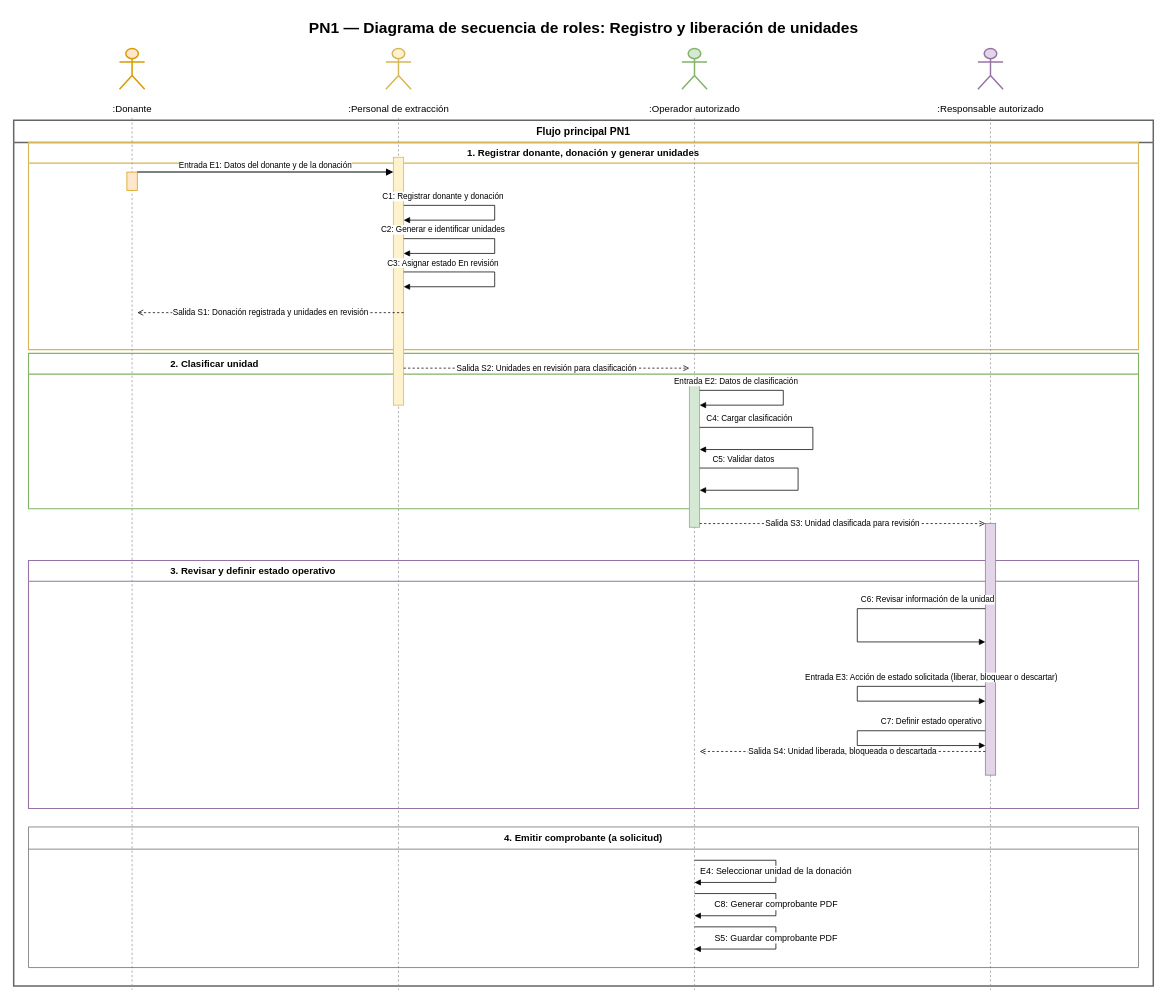
This is Diagramas/Secuencia de Roles/PN1_DiagramaSecuenciaRoles.drawio from juanNH/Ingenieria-de-Software, a draw.io file, before an edit. Source tidied: cells renumbered, new cells numbered last; positions are measured from the earlier drawing's top-left corner, leaving out a move shared by most shapes. Both pictures are drawn from the tidied source at 74%, with x=0, y=0 at pixel (13, 13).
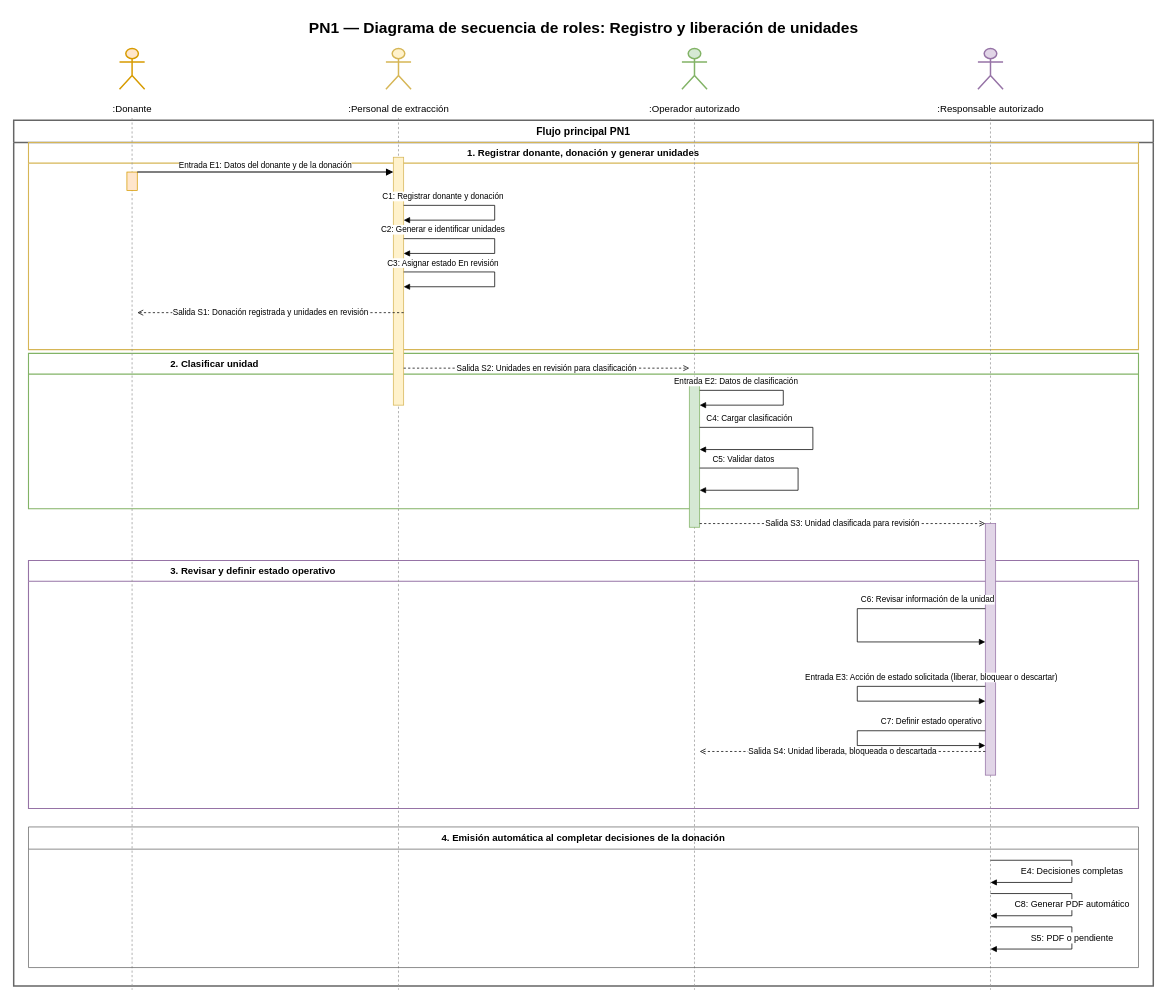
After the change.

Diff of the diagram source:
```diff
@@
-    <mxCell id="37" value="4. Emitir comprobante (a solicitud)" style="swimlane;startSize=30;horizontal=1;whiteSpace=wrap;html=1;fillColor=none;strokeColor=#666666;fontStyle=1;fontSize=13;" parent="1" vertex="1">
+    <mxCell id="37" value="4. Emisión automática al completar decisiones de la donación" style="swimlane;startSize=30;horizontal=1;whiteSpace=wrap;html=1;fillColor=none;strokeColor=#666666;fontStyle=1;fontSize=13;" parent="1" vertex="1">
       <mxGeometry x="20" y="1100" width="1500" height="190" as="geometry" />
     </mxCell>
-    <mxCell id="38" value="E4: Seleccionar unidad de la donación" style="endArrow=block;html=1;rounded=0;fontSize=12;fontFamily=Arial;labelBackgroundColor=#ffffff;" parent="1" edge="1">
+    <mxCell id="38" value="E4: Decisiones completas" style="endArrow=block;html=1;rounded=0;fontSize=12;fontFamily=Arial;labelBackgroundColor=#ffffff;" parent="1" edge="1">
       <mxGeometry relative="1" as="geometry">
-        <mxPoint x="920" y="1145" as="sourcePoint" />
-        <mxPoint x="920" y="1175" as="targetPoint" />
+        <mxPoint x="1320" y="1145" as="sourcePoint" />
+        <mxPoint x="1320" y="1175" as="targetPoint" />
         <Array as="points">
-          <mxPoint x="1030" y="1145" />
-          <mxPoint x="1030" y="1175" />
+          <mxPoint x="1430" y="1145" />
+          <mxPoint x="1430" y="1175" />
         </Array>
       </mxGeometry>
     </mxCell>
-    <mxCell id="39" value="C8: Generar comprobante PDF" style="endArrow=block;html=1;rounded=0;fontSize=12;fontFamily=Arial;labelBackgroundColor=#ffffff;" parent="1" edge="1">
+    <mxCell id="39" value="C8: Generar PDF automático" style="endArrow=block;html=1;rounded=0;fontSize=12;fontFamily=Arial;labelBackgroundColor=#ffffff;" parent="1" edge="1">
       <mxGeometry relative="1" as="geometry">
-        <mxPoint x="920" y="1190" as="sourcePoint" />
-        <mxPoint x="920" y="1220" as="targetPoint" />
+        <mxPoint x="1320" y="1190" as="sourcePoint" />
+        <mxPoint x="1320" y="1220" as="targetPoint" />
         <Array as="points">
-          <mxPoint x="1030" y="1190" />
-          <mxPoint x="1030" y="1220" />
+          <mxPoint x="1430" y="1190" />
+          <mxPoint x="1430" y="1220" />
         </Array>
       </mxGeometry>
     </mxCell>
-    <mxCell id="40" value="S5: Guardar comprobante PDF" style="endArrow=block;html=1;rounded=0;fontSize=12;fontFamily=Arial;labelBackgroundColor=#ffffff;" parent="1" edge="1">
+    <mxCell id="40" value="S5: PDF o pendiente" style="endArrow=block;html=1;rounded=0;fontSize=12;fontFamily=Arial;labelBackgroundColor=#ffffff;" parent="1" edge="1">
       <mxGeometry relative="1" as="geometry">
-        <mxPoint x="920" y="1235" as="sourcePoint" />
-        <mxPoint x="920" y="1265" as="targetPoint" />
+        <mxPoint x="1320" y="1235" as="sourcePoint" />
+        <mxPoint x="1320" y="1265" as="targetPoint" />
         <Array as="points">
-          <mxPoint x="1030" y="1235" />
-          <mxPoint x="1030" y="1265" />
+          <mxPoint x="1430" y="1235" />
+          <mxPoint x="1430" y="1265" />
         </Array>
       </mxGeometry>
     </mxCell>
```
